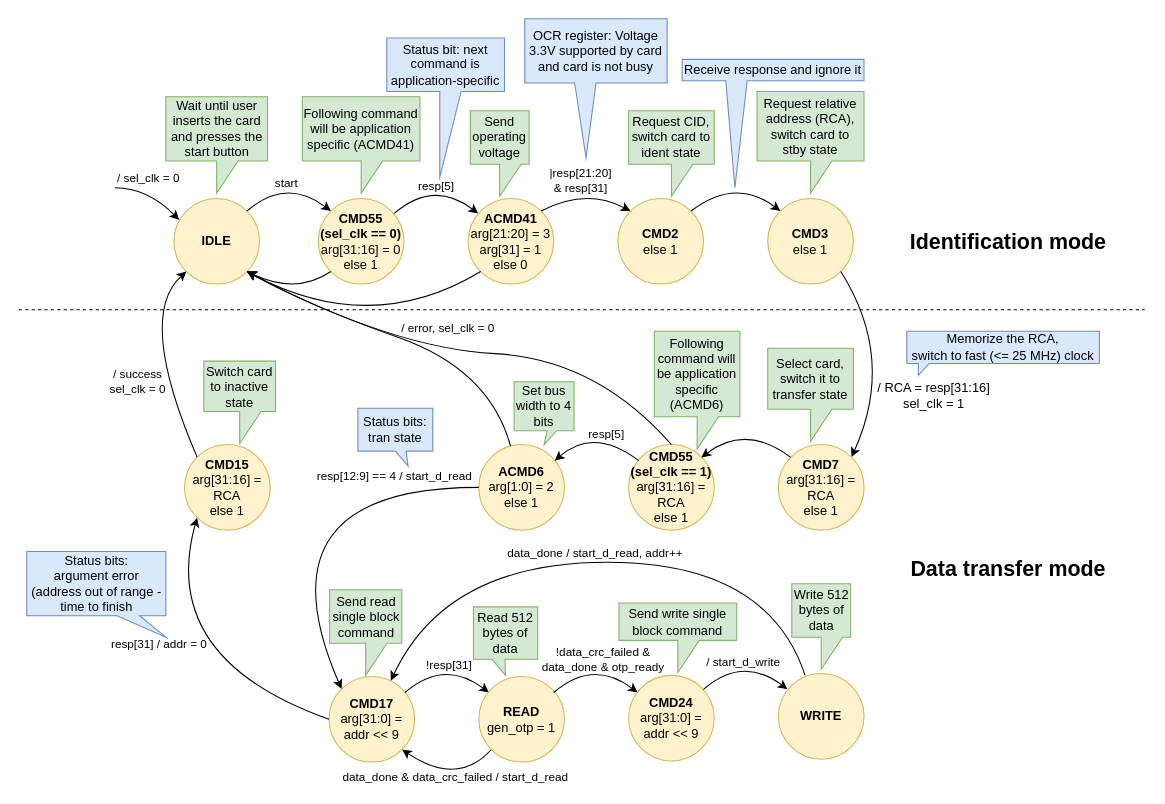
Before: docs/SD/SD_fpga_states.drawio in sirazenkov/GhostSD, a draw.io diagram. Source tidied: cells renumbered, new cells numbered last; positions are measured from the earlier drawing's top-left corner, leaving out a move shared by most shapes. Both pictures are drawn from the tidied source at 107%, with x=0, y=0 at pixel (18, 18).
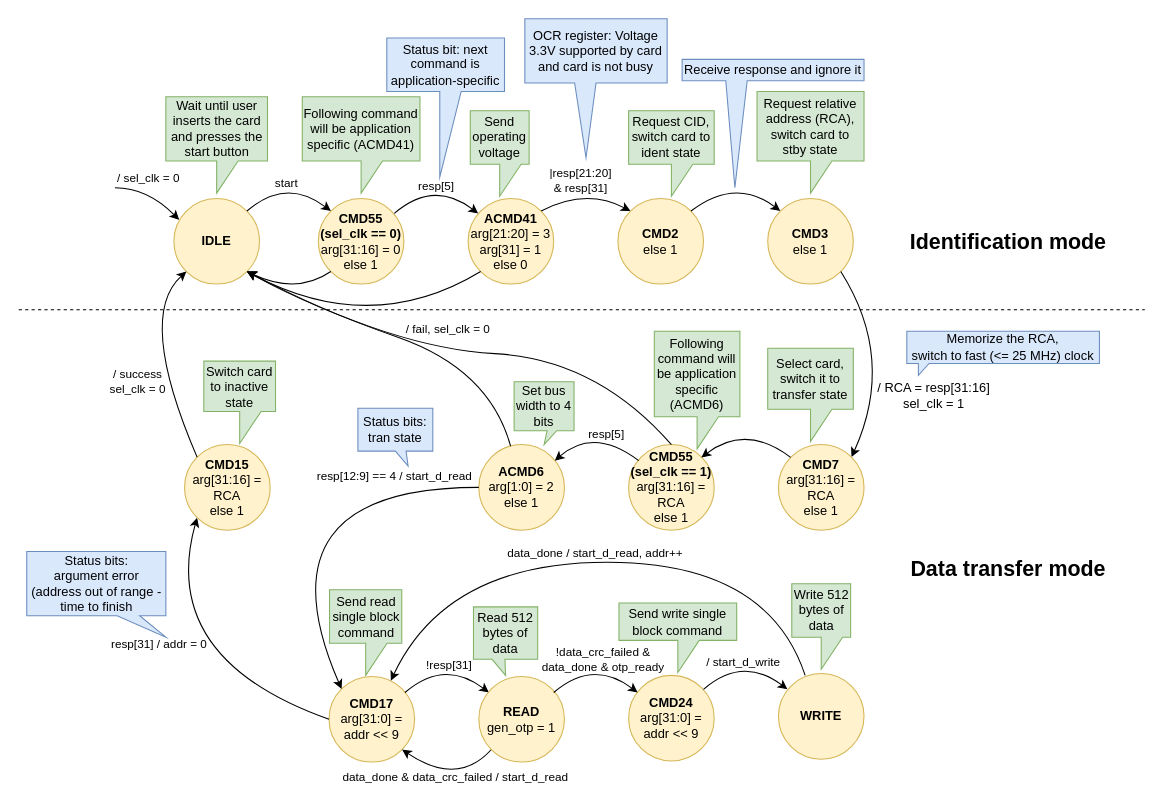
The same diagram, later.

Unchanged cells that the change refers to:
```xml
<mxCell id="40" style="curved=1;endArrow=classic;html=1;rounded=0;exitX=0;exitY=1;exitDx=0;exitDy=0;entryX=1;entryY=1;entryDx=0;entryDy=0;" parent="1" edge="1" source="3" target="2">
  <mxGeometry relative="1" as="geometry">
    <Array as="points">
      <mxPoint x="260" y="258" />
    </Array>
  </mxGeometry>
</mxCell>
```

Change to the diagram source:
```diff
@@
-    <mxCell id="41" value="/ error, sel_clk = 0" style="edgeLabel;html=1;align=center;verticalAlign=middle;" parent="40" vertex="1">
+    <mxCell id="41" value="/ fail, sel_clk = 0" style="edgeLabel;html=1;align=center;verticalAlign=middle;" parent="40" vertex="1">
       <mxGeometry x="0.34" y="-23" relative="1" as="geometry">
-        <mxPoint x="150" y="60" as="offset" />
+        <mxPoint x="150" y="61" as="offset" />
       </mxGeometry>
     </mxCell>
```
